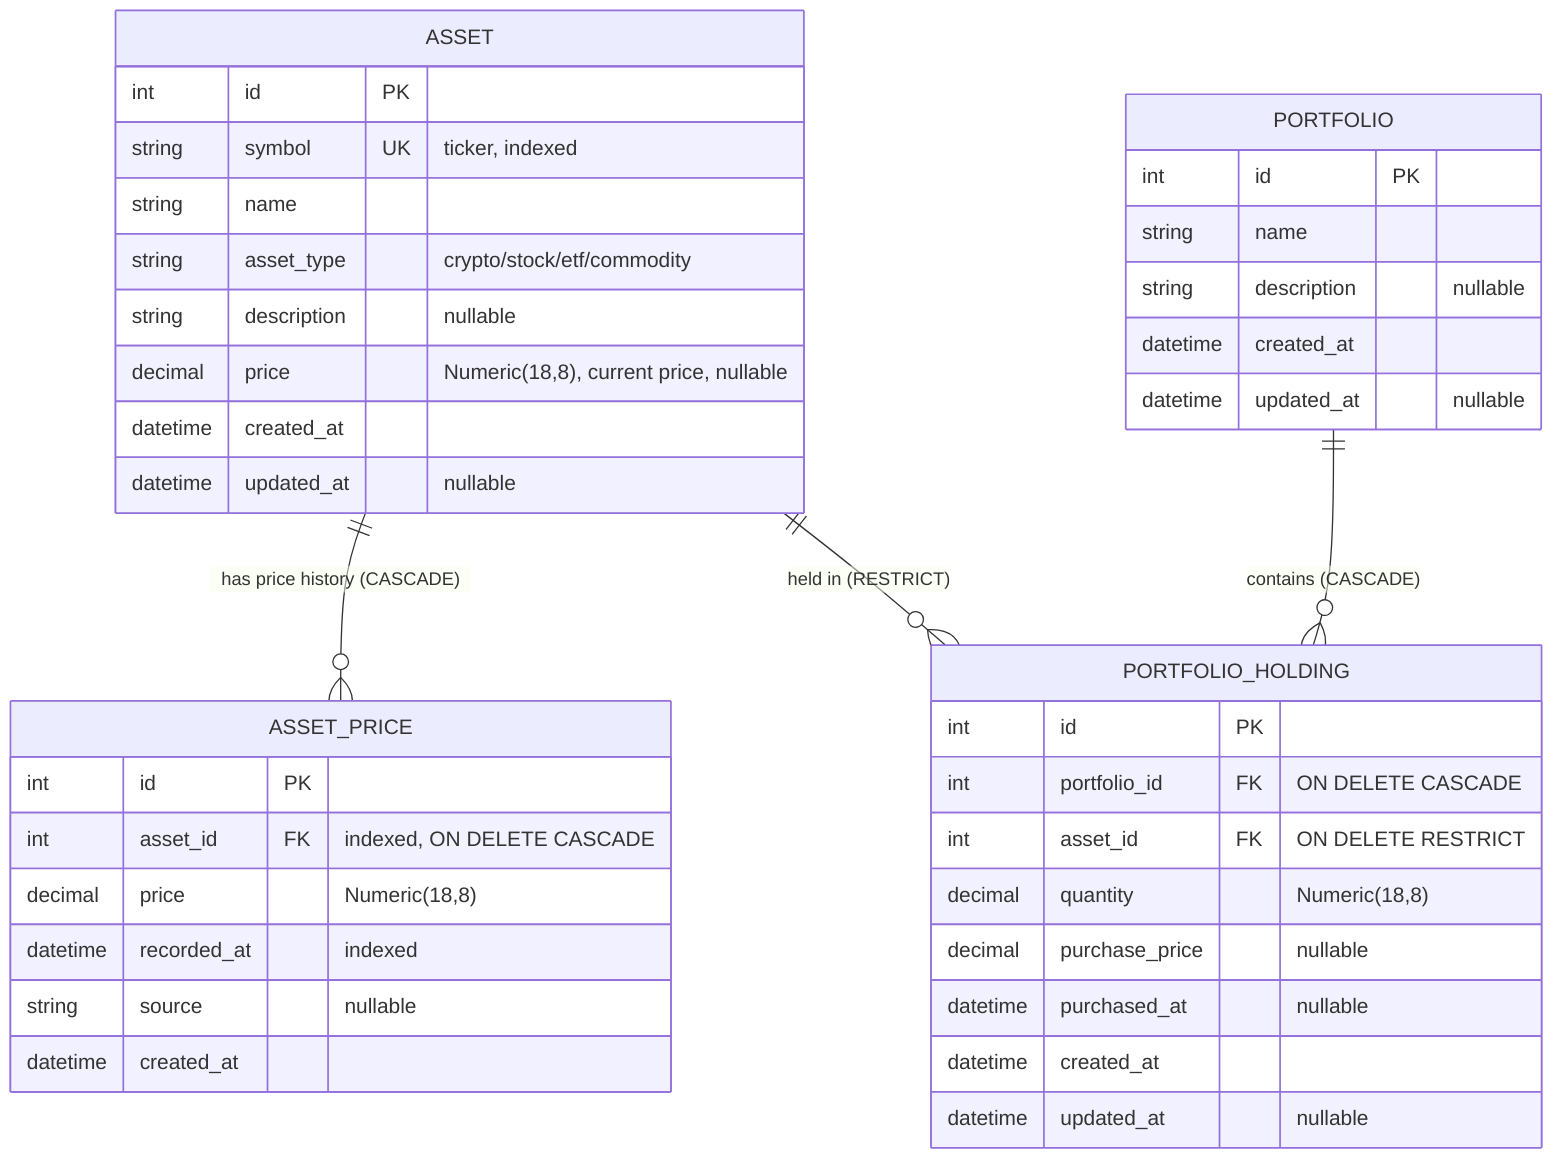
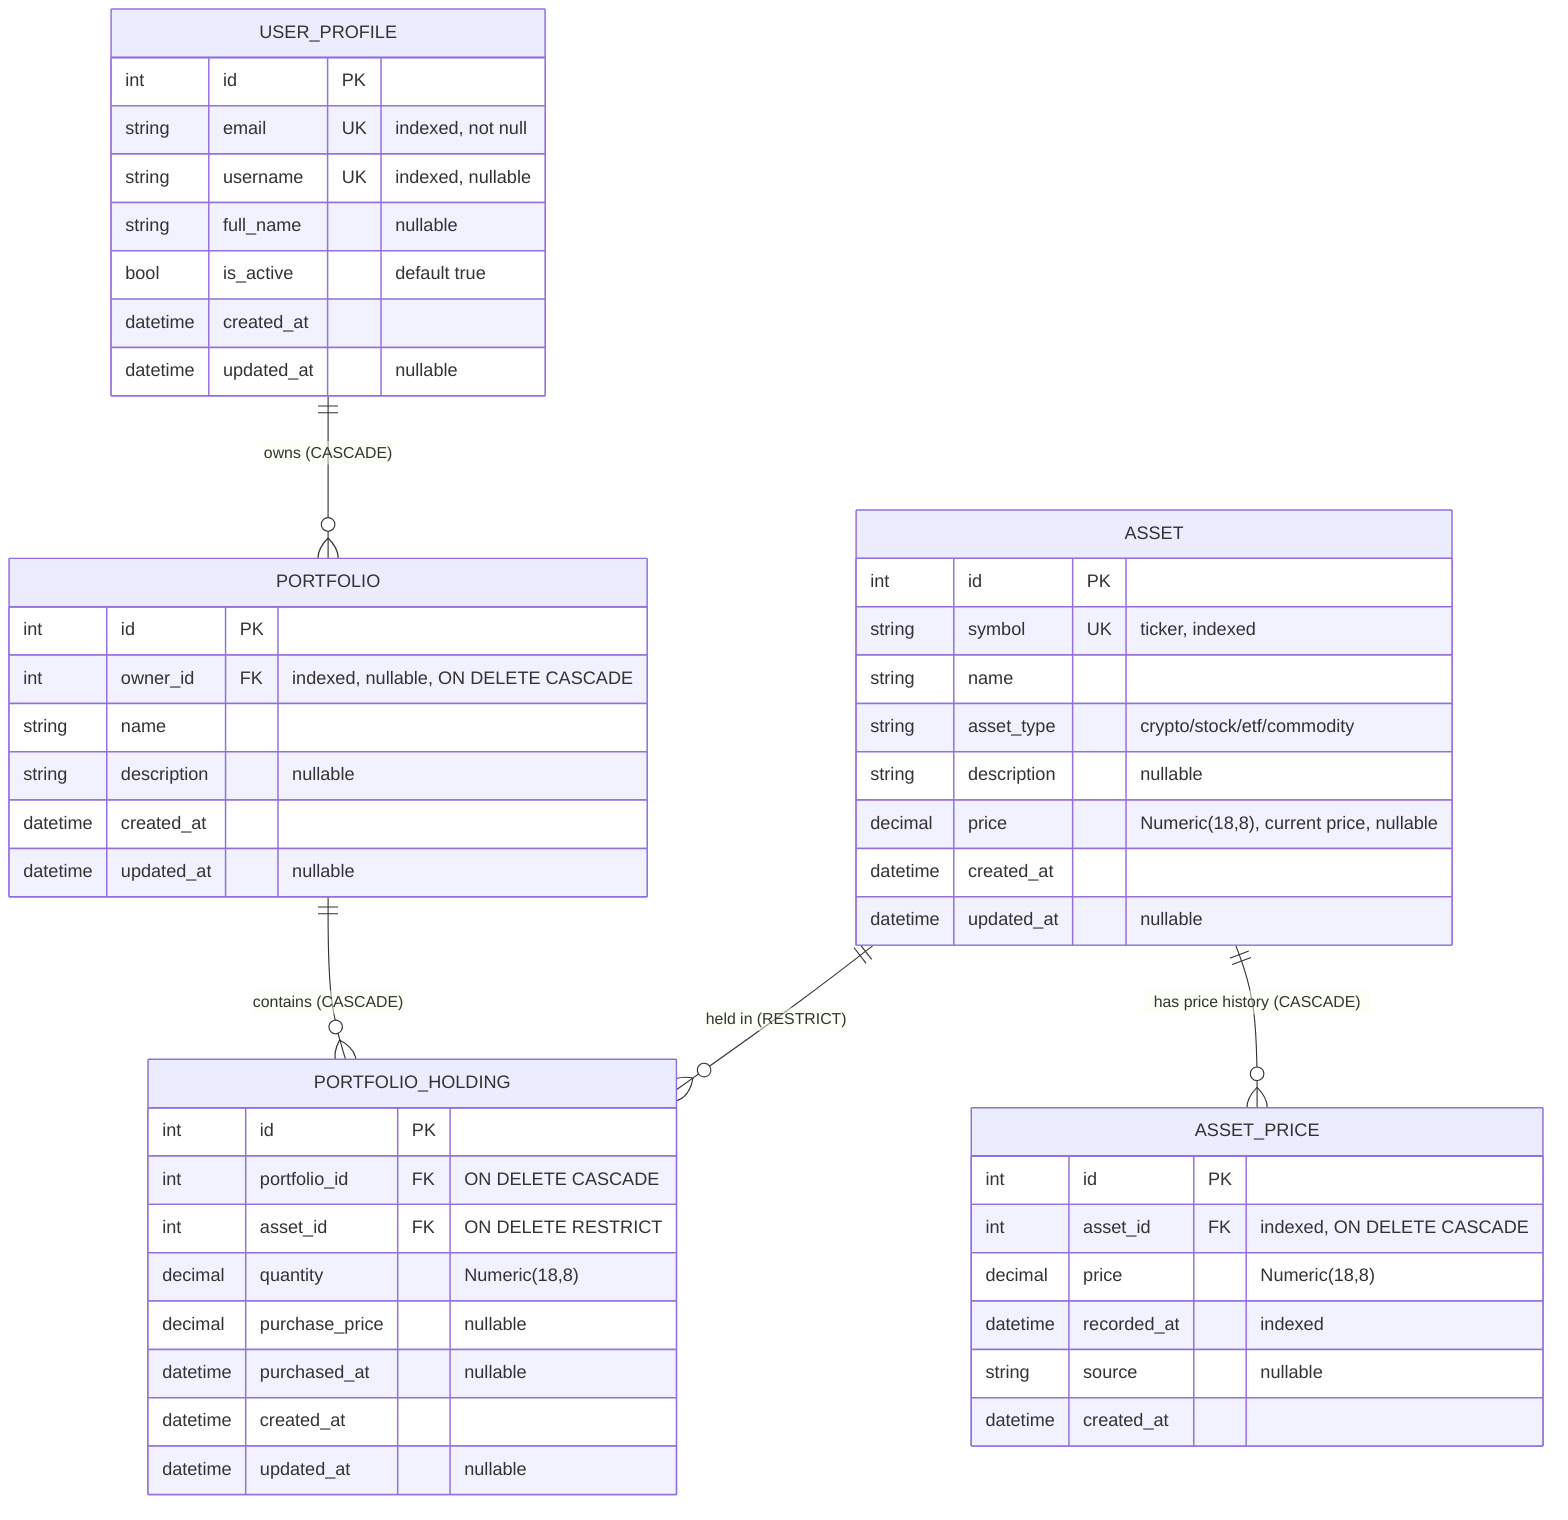
erDiagram
+     USER_PROFILE ||--o{ PORTFOLIO : "owns (CASCADE)"
    ASSET ||--o{ ASSET_PRICE : "has price history (CASCADE)"
    ASSET ||--o{ PORTFOLIO_HOLDING : "held in (RESTRICT)"
    PORTFOLIO ||--o{ PORTFOLIO_HOLDING : "contains (CASCADE)"
+ 
+     USER_PROFILE {
+         int id PK
+         string email UK "indexed, not null"
+         string username UK "indexed, nullable"
+         string full_name "nullable"
+         bool is_active "default true"
+         datetime created_at
+         datetime updated_at "nullable"
+     }

    ASSET {
        int id PK
        string symbol UK "ticker, indexed"
        string name
        string asset_type "crypto/stock/etf/commodity"
        string description "nullable"
        decimal price "Numeric(18,8), current price, nullable"
        datetime created_at
        datetime updated_at "nullable"
    }

    ASSET_PRICE {
        int id PK
        int asset_id FK "indexed, ON DELETE CASCADE"
        decimal price "Numeric(18,8)"
        datetime recorded_at "indexed"
        string source "nullable"
        datetime created_at
    }

    PORTFOLIO {
        int id PK
+         int owner_id FK "indexed, nullable, ON DELETE CASCADE"
        string name
        string description "nullable"
        datetime created_at
        datetime updated_at "nullable"
    }

    PORTFOLIO_HOLDING {
        int id PK
        int portfolio_id FK "ON DELETE CASCADE"
        int asset_id FK "ON DELETE RESTRICT"
        decimal quantity "Numeric(18,8)"
        decimal purchase_price "nullable"
        datetime purchased_at "nullable"
        datetime created_at
        datetime updated_at "nullable"
    }
